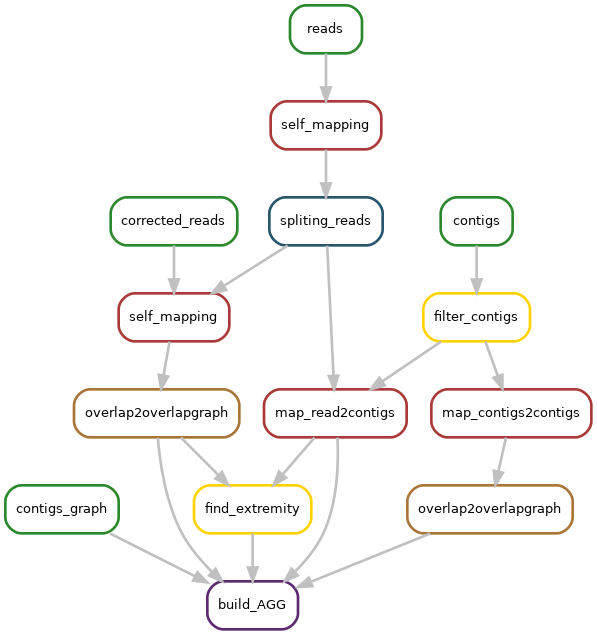
natir/knot keeps this Graphviz diagram as images/pipeline.png. Above is the earlier version. Its source is kept beside it as images/pipeline.dot.
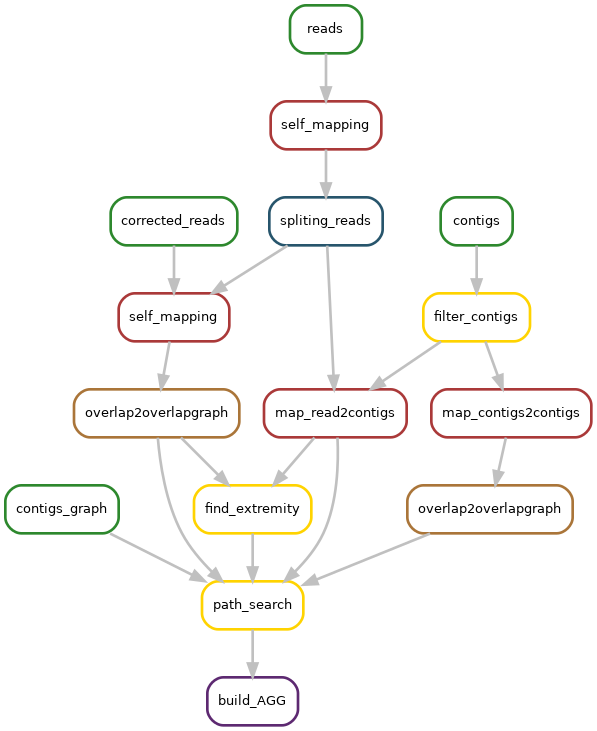
The same diagram one commit later.

What changed in the source:
```diff
@@ -17,11 +17,13 @@
 
 	7[label = "spliting_reads", color = "#27556C", style="rounded"];
 
-        0[label = "build_AGG", color = "#5D2971", style="rounded"];
+        14[label = "build_AGG", color = "#5D2971", style="rounded"];
 
 	4[label = "find_extremity", color = "#FFD300", style="rounded"];
 	8[label = "filter_contigs", color = "#FFD300", style="rounded"];
+        0[label = "path_search", color = "#FFD300", style="rounded"];
 
+	0 -> 14
         1 -> 0
 	2 -> 0
 	3 -> 0
```
